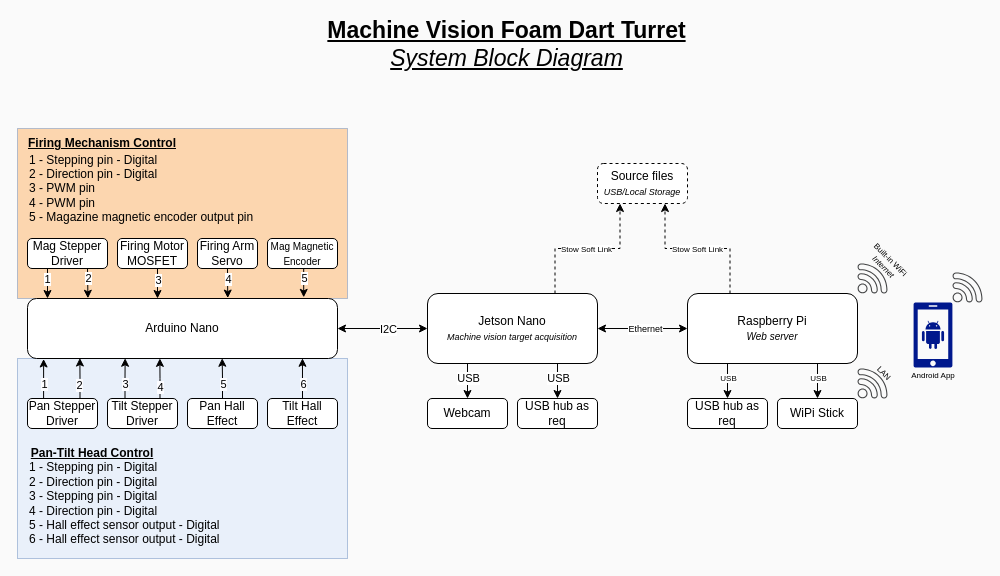
Earlier version of the draw.io diagram System Documentation/System_Block_Diagram.drawio (vinthund/UoGACE2022). Source tidied: cells renumbered, new cells numbered last; positions are measured from the earlier drawing's top-left corner, leaving out a move shared by most shapes. Both pictures are drawn from the tidied source at 100%, with x=0, y=0 at pixel (17, 29).
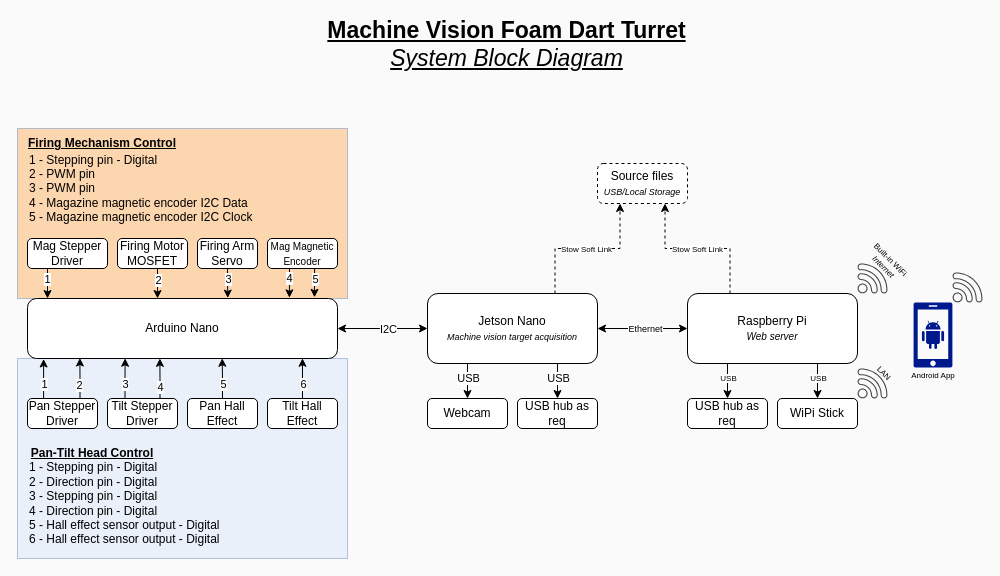
The same page after the edit.

Commit message:
Updated System Diagram with firing mech control pins

Unchanged cells that the change refers to:
```xml
<mxCell id="2" style="rounded=0;whiteSpace=wrap;html=1;fillColor=#FFB366;strokeColor=#6c8ebf;opacity=50;" parent="1" vertex="1">
  <mxGeometry y="99" width="330" height="170" as="geometry" />
</mxCell>
<mxCell id="15" value="Arduino Nano" style="rounded=1;whiteSpace=wrap;html=1;" parent="1" vertex="1">
  <mxGeometry x="10" y="269" width="310" height="60" as="geometry" />
</mxCell>
<mxCell id="38" value="Mag Stepper Driver" style="rounded=1;whiteSpace=wrap;html=1;" parent="1" vertex="1">
  <mxGeometry x="10" y="209" width="80" height="30" as="geometry" />
</mxCell>
<mxCell id="39" style="edgeStyle=orthogonalEdgeStyle;rounded=0;jettySize=auto;html=1;exitX=0.5;exitY=1;exitDx=0;exitDy=0;" parent="1" edge="1" source="41">
  <mxGeometry relative="1" as="geometry">
    <mxPoint x="140" y="269" as="targetPoint" />
  </mxGeometry>
</mxCell>
<mxCell id="42" style="edgeStyle=orthogonalEdgeStyle;rounded=0;jettySize=auto;html=1;exitX=0.5;exitY=1;exitDx=0;exitDy=0;entryX=0.646;entryY=-0.007;entryDx=0;entryDy=0;entryPerimeter=0;" parent="1" edge="1" source="44" target="15">
  <mxGeometry relative="1" as="geometry" />
</mxCell>
<mxCell id="47" value="&lt;font style=&quot;font-size: 10px&quot;&gt;Mag Magnetic Encoder&lt;/font&gt;" style="rounded=1;whiteSpace=wrap;html=1;labelBackgroundColor=none;" parent="1" vertex="1">
  <mxGeometry x="250" y="209" width="70" height="30" as="geometry" />
</mxCell>
```

Diff of the diagram source:
```diff
@@
-    <mxCell id="36" style="edgeStyle=orthogonalEdgeStyle;rounded=0;jettySize=auto;html=1;exitX=0.75;exitY=1;exitDx=0;exitDy=0;entryX=0.195;entryY=-0.004;entryDx=0;entryDy=0;entryPerimeter=0;" parent="1" edge="1" source="38" target="15">
-      <mxGeometry relative="1" as="geometry" />
+    <mxCell id="36" style="edgeStyle=orthogonalEdgeStyle;rounded=0;jettySize=auto;html=1;exitX=0.875;exitY=1.167;exitDx=0;exitDy=0;exitPerimeter=0;entryX=0.824;entryY=0.996;entryDx=0;entryDy=0;entryPerimeter=0;" parent="1" edge="1" target="2">
+      <mxGeometry relative="1" as="geometry">
+        <mxPoint x="272" y="239" as="sourcePoint" />
+      </mxGeometry>
     </mxCell>
-    <mxCell id="37" value="2" style="edgeLabel;html=1;align=center;verticalAlign=middle;" parent="36" vertex="1">
+    <mxCell id="37" value="4" style="edgeLabel;html=1;align=center;verticalAlign=middle;" parent="36" vertex="1">
       <mxGeometry x="-0.3" relative="1" as="geometry" />
     </mxCell>
@@
-    <mxCell id="40" value="3" style="edgeLabel;html=1;align=center;verticalAlign=middle;" parent="39" vertex="1">
+    <mxCell id="40" value="2" style="edgeLabel;html=1;align=center;verticalAlign=middle;" parent="39" vertex="1">
       <mxGeometry x="-0.11" relative="1" as="geometry" />
     </mxCell>
@@
-    <mxCell id="43" value="4" style="edgeLabel;html=1;align=center;verticalAlign=middle;" parent="42" vertex="1">
+    <mxCell id="43" value="3" style="edgeLabel;html=1;align=center;verticalAlign=middle;" parent="42" vertex="1">
       <mxGeometry x="-0.29" relative="1" as="geometry" />
     </mxCell>
@@
-    <mxCell id="45" style="edgeStyle=orthogonalEdgeStyle;rounded=0;jettySize=auto;html=1;exitX=0.5;exitY=1;exitDx=0;exitDy=0;entryX=0.891;entryY=-0.019;entryDx=0;entryDy=0;entryPerimeter=0;fontSize=10;" parent="1" edge="1" source="47" target="15">
+    <mxCell id="45" style="edgeStyle=orthogonalEdgeStyle;rounded=0;jettySize=auto;html=1;entryX=0.9;entryY=0.993;entryDx=0;entryDy=0;entryPerimeter=0;fontSize=10;exitX=0.673;exitY=0.925;exitDx=0;exitDy=0;exitPerimeter=0;" parent="1" edge="1" source="47" target="2">
       <mxGeometry relative="1" as="geometry" />
     </mxCell>
     <mxCell id="46" value="5" style="edgeLabel;html=1;align=center;verticalAlign=middle;" parent="45" vertex="1">
-      <mxGeometry x="-0.26" relative="1" as="geometry" />
+      <mxGeometry x="-0.26" relative="1" as="geometry">
+        <mxPoint y="2" as="offset" />
+      </mxGeometry>
     </mxCell>
@@
-    <mxCell id="49" value="1 - Stepping pin - Digital&lt;br&gt;2 - Direction pin - Digital&lt;br&gt;3 - PWM pin&lt;br&gt;4 - PWM pin&lt;br&gt;5 - Magazine magnetic encoder output pin" style="text;html=1;strokeColor=none;fillColor=none;align=left;verticalAlign=middle;whiteSpace=wrap;rounded=0;labelBackgroundColor=none;opacity=50;" parent="1" vertex="1">
+    <mxCell id="49" value="1 - Stepping pin - Digital&lt;br&gt;2 - PWM pin&lt;br&gt;3 - PWM pin&lt;br&gt;4 - Magazine magnetic encoder I2C Data&lt;br&gt;5 - Magazine magnetic encoder I2C Clock" style="text;html=1;strokeColor=none;fillColor=none;align=left;verticalAlign=middle;whiteSpace=wrap;rounded=0;labelBackgroundColor=none;opacity=50;" parent="1" vertex="1">
       <mxGeometry x="10" y="119" width="270" height="80" as="geometry" />
     </mxCell>
```
